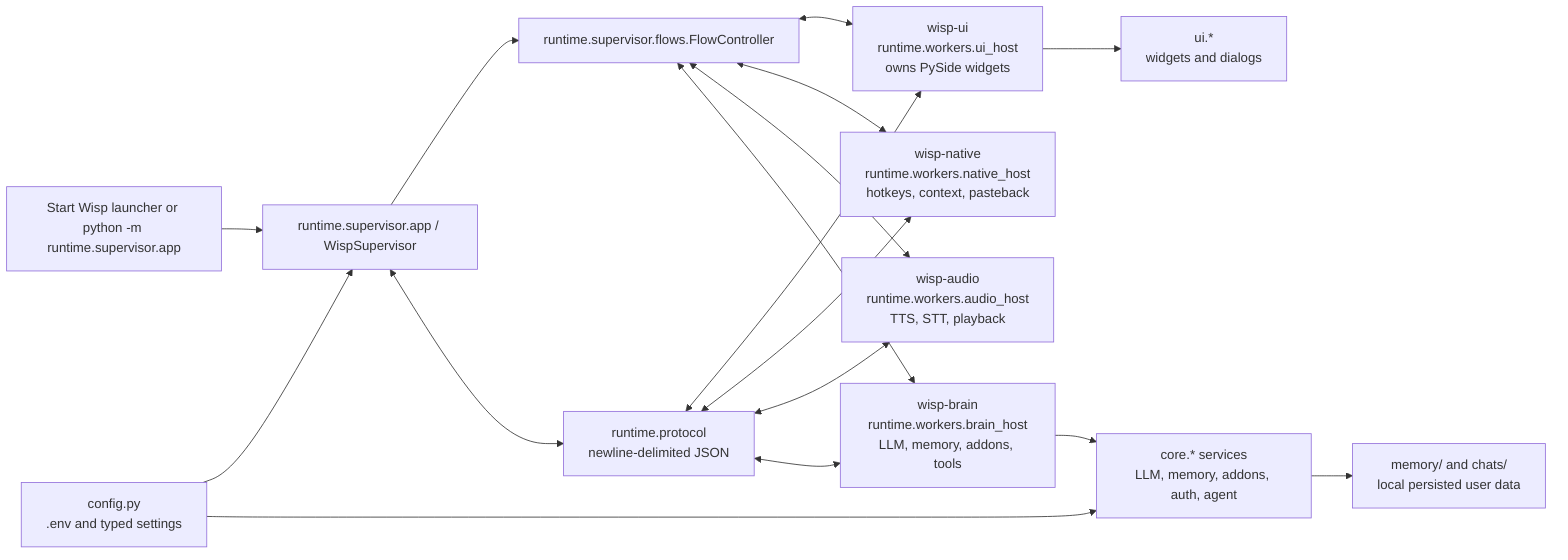
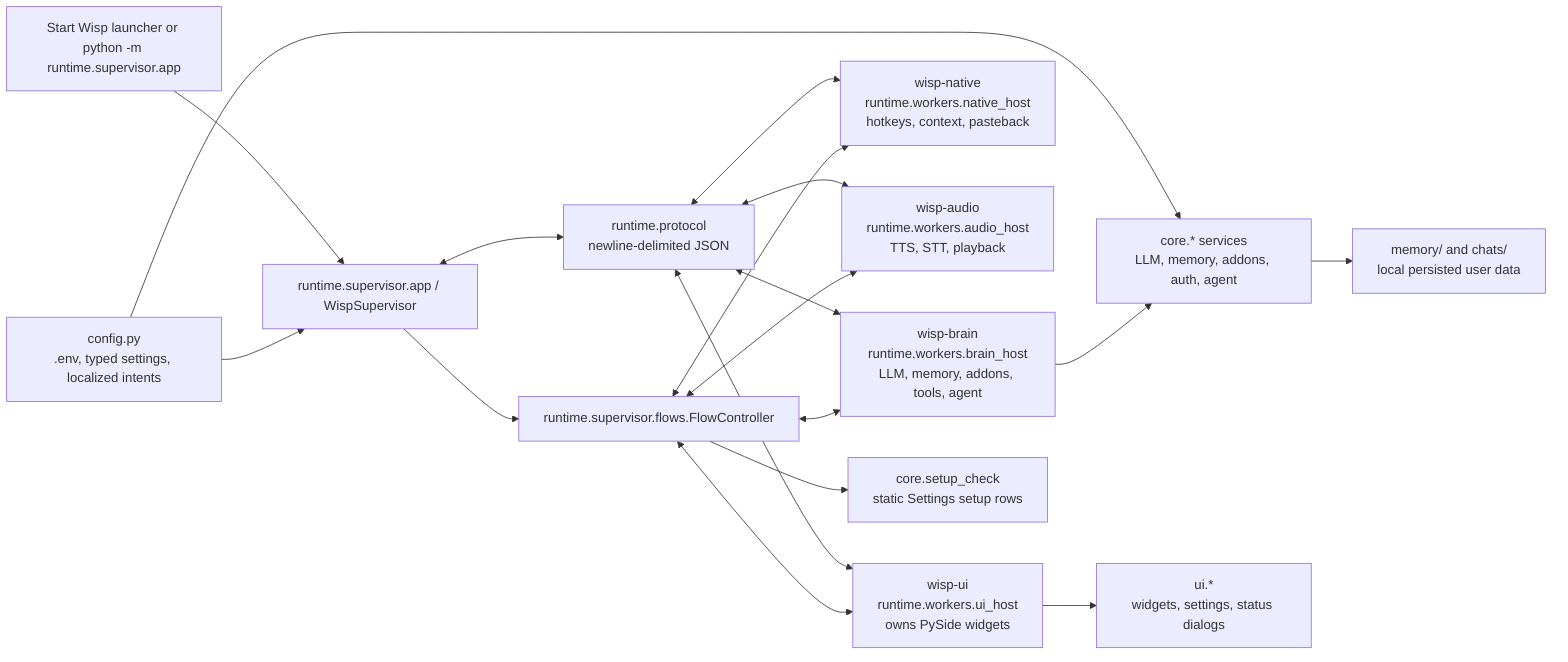
%% Mermaid source for the Wisp communication graph used by the rendered PNG.
flowchart LR
    Launcher["Start Wisp launcher or python -m runtime.supervisor.app"]
    Supervisor["runtime.supervisor.app / WispSupervisor"]
    Flows["runtime.supervisor.flows.FlowController"]
    Protocol["runtime.protocol\nnewline-delimited JSON"]

    UIWorker["wisp-ui\nruntime.workers.ui_host\nowns PySide widgets"]
    NativeWorker["wisp-native\nruntime.workers.native_host\nhotkeys, context, pasteback"]
    AudioWorker["wisp-audio\nruntime.workers.audio_host\nTTS, STT, playback"]
-     BrainWorker["wisp-brain\nruntime.workers.brain_host\nLLM, memory, addons, tools"]
+     BrainWorker["wisp-brain\nruntime.workers.brain_host\nLLM, memory, addons, tools, agent"]

-     Config["config.py\n.env and typed settings"]
+     Config["config.py\n.env, typed settings, localized intents"]
    Core["core.* services\nLLM, memory, addons, auth, agent"]
-     UI["ui.*\nwidgets and dialogs"]
+     UI["ui.*\nwidgets, settings, status dialogs"]
+     Setup["core.setup_check\nstatic Settings setup rows"]
    Data["memory/ and chats/\nlocal persisted user data"]

    Launcher --> Supervisor
    Supervisor --> Flows
    Supervisor <--> Protocol
    Protocol <--> UIWorker
    Protocol <--> NativeWorker
    Protocol <--> AudioWorker
    Protocol <--> BrainWorker
    Flows <--> UIWorker
    Flows <--> NativeWorker
    Flows <--> AudioWorker
    Flows <--> BrainWorker

    Config --> Supervisor
    Config --> Core
+     Flows --> Setup
    UIWorker --> UI
    BrainWorker --> Core
    Core --> Data
